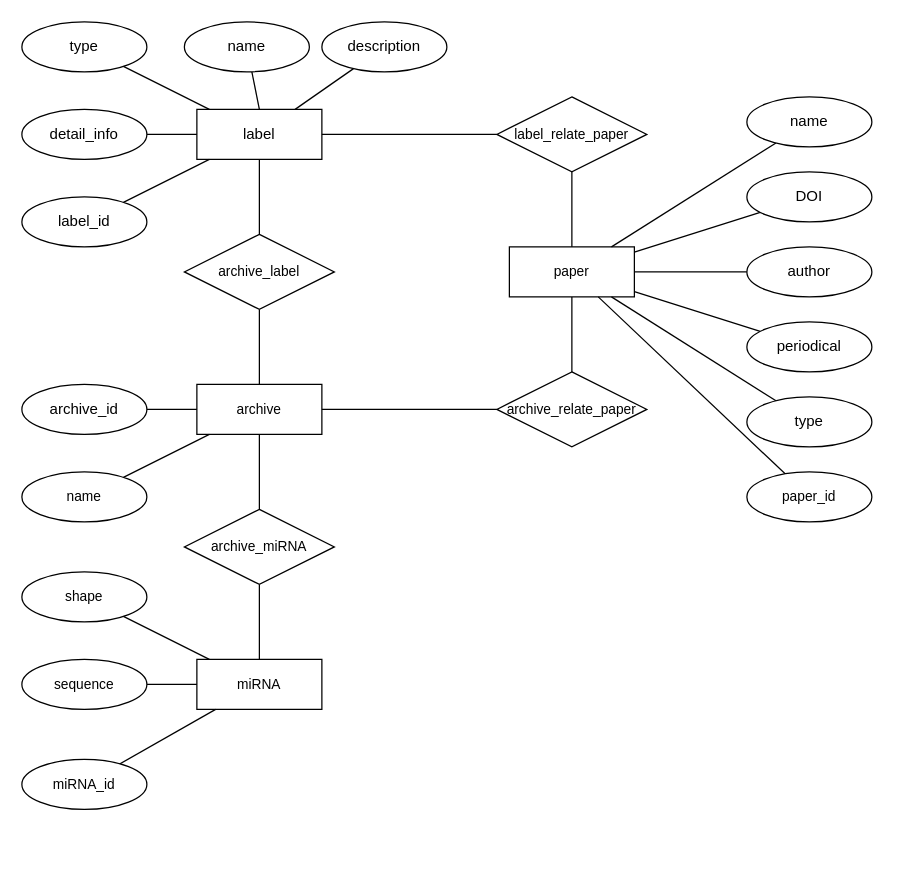
This is ER.drawio from icemeowzhi/uml, a draw.io file, before an edit. Source tidied: cells renumbered, new cells numbered last; positions are measured from the earlier drawing's top-left corner, leaving out a move shared by most shapes. Both pictures are drawn from the tidied source at 125%, with x=0, y=0 at pixel (21, 21).
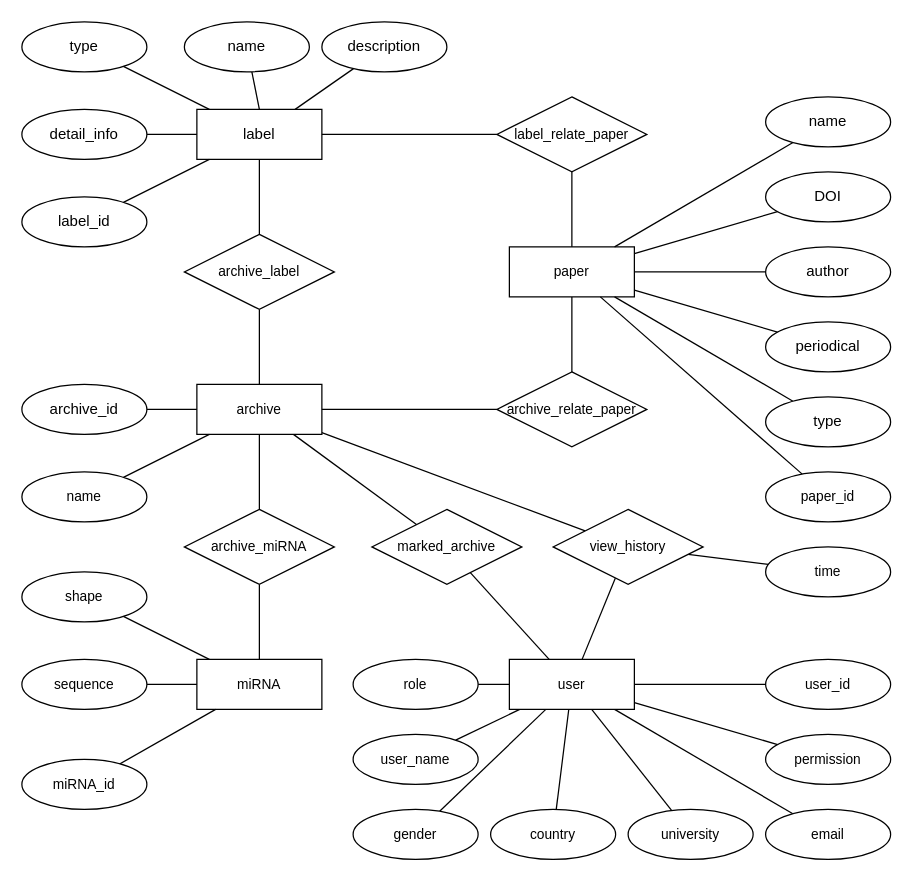
Above is the later version.

The change refers to these unchanged cells:
```xml
<mxCell id="17" value="archive" style="whiteSpace=wrap;html=1;align=center;fontFamily=Helvetica;fontSize=11;fontColor=default;" parent="1" vertex="1">
  <mxGeometry x="140" y="290" width="100" height="40" as="geometry" />
</mxCell>
```

Change to the diagram source:
```diff
@@
+    <mxCell id="50" style="edgeStyle=none;shape=connector;rounded=0;jettySize=auto;html=1;labelBackgroundColor=default;strokeColor=default;fontFamily=Helvetica;fontSize=11;fontColor=default;endArrow=none;endFill=0;" parent="1" edge="1" source="17" target="54">
+      <mxGeometry relative="1" as="geometry" />
+    </mxCell>
+    <mxCell id="51" style="edgeStyle=none;shape=connector;rounded=0;jettySize=auto;html=1;labelBackgroundColor=default;strokeColor=default;fontFamily=Helvetica;fontSize=11;fontColor=default;endArrow=none;endFill=0;" parent="1" edge="1" source="17" target="71">
+      <mxGeometry relative="1" as="geometry" />
+    </mxCell>
@@
     <mxCell id="30" value="type" style="ellipse;whiteSpace=wrap;html=1;align=center;" parent="1" vertex="1">
-      <mxGeometry x="580" y="300" width="100" height="40" as="geometry" />
+      <mxGeometry x="595" y="300" width="100" height="40" as="geometry" />
     </mxCell>
@@
     <mxCell id="32" value="periodical " style="ellipse;whiteSpace=wrap;html=1;align=center;" parent="1" vertex="1">
-      <mxGeometry x="580" y="240" width="100" height="40" as="geometry" />
+      <mxGeometry x="595" y="240" width="100" height="40" as="geometry" />
     </mxCell>
@@
     <mxCell id="34" value="name" style="ellipse;whiteSpace=wrap;html=1;align=center;" parent="1" vertex="1">
-      <mxGeometry x="580" y="60" width="100" height="40" as="geometry" />
+      <mxGeometry x="595" y="60" width="100" height="40" as="geometry" />
     </mxCell>
@@
     <mxCell id="36" value="author" style="ellipse;whiteSpace=wrap;html=1;align=center;" parent="1" vertex="1">
-      <mxGeometry x="580" y="180" width="100" height="40" as="geometry" />
+      <mxGeometry x="595" y="180" width="100" height="40" as="geometry" />
     </mxCell>
@@
     <mxCell id="38" value="DOI" style="ellipse;whiteSpace=wrap;html=1;align=center;" parent="1" vertex="1">
-      <mxGeometry x="580" y="120" width="100" height="40" as="geometry" />
+      <mxGeometry x="595" y="120" width="100" height="40" as="geometry" />
     </mxCell>
@@
     <mxCell id="45" value="paper_id" style="ellipse;whiteSpace=wrap;html=1;align=center;fontFamily=Helvetica;fontSize=11;fontColor=default;" parent="1" vertex="1">
-      <mxGeometry x="580" y="360" width="100" height="40" as="geometry" />
+      <mxGeometry x="595" y="360" width="100" height="40" as="geometry" />
     </mxCell>
@@
+    <mxCell id="52" style="edgeStyle=none;shape=connector;rounded=0;jettySize=auto;html=1;labelBackgroundColor=default;strokeColor=default;fontFamily=Helvetica;fontSize=11;fontColor=default;endArrow=none;endFill=0;" parent="1" edge="1" source="54" target="63">
+      <mxGeometry relative="1" as="geometry" />
+    </mxCell>
+    <mxCell id="53" style="edgeStyle=none;shape=connector;rounded=0;jettySize=auto;html=1;labelBackgroundColor=default;strokeColor=default;fontFamily=Helvetica;fontSize=11;fontColor=default;endArrow=none;endFill=0;" parent="1" edge="1" source="54" target="64">
+      <mxGeometry relative="1" as="geometry" />
+    </mxCell>
+    <mxCell id="54" value="view_history" style="shape=rhombus;perimeter=rhombusPerimeter;whiteSpace=wrap;html=1;align=center;fontFamily=Helvetica;fontSize=11;fontColor=default;" parent="1" vertex="1">
+      <mxGeometry x="425" y="390" width="120" height="60" as="geometry" />
+    </mxCell>
+    <mxCell id="55" style="edgeStyle=none;shape=connector;rounded=0;jettySize=auto;html=1;labelBackgroundColor=default;strokeColor=default;fontFamily=Helvetica;fontSize=11;fontColor=default;endArrow=none;endFill=0;" parent="1" edge="1" source="63" target="68">
+      <mxGeometry relative="1" as="geometry" />
+    </mxCell>
+    <mxCell id="56" style="edgeStyle=none;shape=connector;rounded=0;jettySize=auto;html=1;labelBackgroundColor=default;strokeColor=default;fontFamily=Helvetica;fontSize=11;fontColor=default;endArrow=none;endFill=0;" parent="1" edge="1" source="63" target="69">
+      <mxGeometry relative="1" as="geometry" />
+    </mxCell>
+    <mxCell id="57" style="edgeStyle=none;shape=connector;rounded=0;jettySize=auto;html=1;labelBackgroundColor=default;strokeColor=default;fontFamily=Helvetica;fontSize=11;fontColor=default;endArrow=none;endFill=0;" parent="1" edge="1" source="63" target="72">
+      <mxGeometry relative="1" as="geometry" />
+    </mxCell>
+    <mxCell id="58" style="edgeStyle=none;shape=connector;rounded=0;jettySize=auto;html=1;labelBackgroundColor=default;strokeColor=default;fontFamily=Helvetica;fontSize=11;fontColor=default;endArrow=none;endFill=0;" parent="1" edge="1" source="63" target="73">
+      <mxGeometry relative="1" as="geometry" />
+    </mxCell>
+    <mxCell id="59" style="edgeStyle=none;shape=connector;rounded=0;jettySize=auto;html=1;labelBackgroundColor=default;strokeColor=default;fontFamily=Helvetica;fontSize=11;fontColor=default;endArrow=none;endFill=0;" parent="1" edge="1" source="63" target="74">
+      <mxGeometry relative="1" as="geometry" />
+    </mxCell>
+    <mxCell id="60" style="edgeStyle=none;shape=connector;rounded=0;jettySize=auto;html=1;labelBackgroundColor=default;strokeColor=default;fontFamily=Helvetica;fontSize=11;fontColor=default;endArrow=none;endFill=0;" parent="1" edge="1" source="63" target="66">
+      <mxGeometry relative="1" as="geometry" />
+    </mxCell>
+    <mxCell id="61" style="edgeStyle=none;shape=connector;rounded=0;jettySize=auto;html=1;labelBackgroundColor=default;strokeColor=default;fontFamily=Helvetica;fontSize=11;fontColor=default;endArrow=none;endFill=0;" parent="1" edge="1" source="63" target="65">
+      <mxGeometry relative="1" as="geometry" />
+    </mxCell>
+    <mxCell id="62" style="edgeStyle=none;shape=connector;rounded=0;jettySize=auto;html=1;labelBackgroundColor=default;strokeColor=default;fontFamily=Helvetica;fontSize=11;fontColor=default;endArrow=none;endFill=0;" parent="1" edge="1" source="63" target="67">
+      <mxGeometry relative="1" as="geometry" />
+    </mxCell>
+    <mxCell id="63" value="user" style="whiteSpace=wrap;html=1;align=center;fontFamily=Helvetica;fontSize=11;fontColor=default;" parent="1" vertex="1">
+      <mxGeometry x="390" y="510" width="100" height="40" as="geometry" />
+    </mxCell>
+    <mxCell id="64" value="time" style="ellipse;whiteSpace=wrap;html=1;align=center;fontFamily=Helvetica;fontSize=11;fontColor=default;" parent="1" vertex="1">
+      <mxGeometry x="595" y="420" width="100" height="40" as="geometry" />
+    </mxCell>
+    <mxCell id="65" value="permission" style="ellipse;whiteSpace=wrap;html=1;align=center;fontFamily=Helvetica;fontSize=11;fontColor=default;" parent="1" vertex="1">
+      <mxGeometry x="595" y="570" width="100" height="40" as="geometry" />
+    </mxCell>
+    <mxCell id="66" value="user_id" style="ellipse;whiteSpace=wrap;html=1;align=center;fontFamily=Helvetica;fontSize=11;fontColor=default;" parent="1" vertex="1">
+      <mxGeometry x="595" y="510" width="100" height="40" as="geometry" />
+    </mxCell>
+    <mxCell id="67" value="email" style="ellipse;whiteSpace=wrap;html=1;align=center;fontFamily=Helvetica;fontSize=11;fontColor=default;" parent="1" vertex="1">
+      <mxGeometry x="595" y="630" width="100" height="40" as="geometry" />
+    </mxCell>
+    <mxCell id="68" value="role" style="ellipse;whiteSpace=wrap;html=1;align=center;fontFamily=Helvetica;fontSize=11;fontColor=default;" parent="1" vertex="1">
+      <mxGeometry x="265" y="510" width="100" height="40" as="geometry" />
+    </mxCell>
+    <mxCell id="69" value="user_name" style="ellipse;whiteSpace=wrap;html=1;align=center;fontFamily=Helvetica;fontSize=11;fontColor=default;" parent="1" vertex="1">
+      <mxGeometry x="265" y="570" width="100" height="40" as="geometry" />
+    </mxCell>
+    <mxCell id="70" style="edgeStyle=none;shape=connector;rounded=0;jettySize=auto;html=1;labelBackgroundColor=default;strokeColor=default;fontFamily=Helvetica;fontSize=11;fontColor=default;endArrow=none;endFill=0;" parent="1" edge="1" source="71" target="63">
+      <mxGeometry relative="1" as="geometry" />
+    </mxCell>
+    <mxCell id="71" value="marked_archive" style="shape=rhombus;perimeter=rhombusPerimeter;whiteSpace=wrap;html=1;align=center;fontFamily=Helvetica;fontSize=11;fontColor=default;" parent="1" vertex="1">
+      <mxGeometry x="280" y="390" width="120" height="60" as="geometry" />
+    </mxCell>
+    <mxCell id="72" value="gender" style="ellipse;whiteSpace=wrap;html=1;align=center;fontFamily=Helvetica;fontSize=11;fontColor=default;" parent="1" vertex="1">
+      <mxGeometry x="265" y="630" width="100" height="40" as="geometry" />
+    </mxCell>
+    <mxCell id="73" value="country" style="ellipse;whiteSpace=wrap;html=1;align=center;fontFamily=Helvetica;fontSize=11;fontColor=default;" parent="1" vertex="1">
+      <mxGeometry x="375" y="630" width="100" height="40" as="geometry" />
+    </mxCell>
+    <mxCell id="74" value="university" style="ellipse;whiteSpace=wrap;html=1;align=center;fontFamily=Helvetica;fontSize=11;fontColor=default;" parent="1" vertex="1">
+      <mxGeometry x="485" y="630" width="100" height="40" as="geometry" />
+    </mxCell>
```
